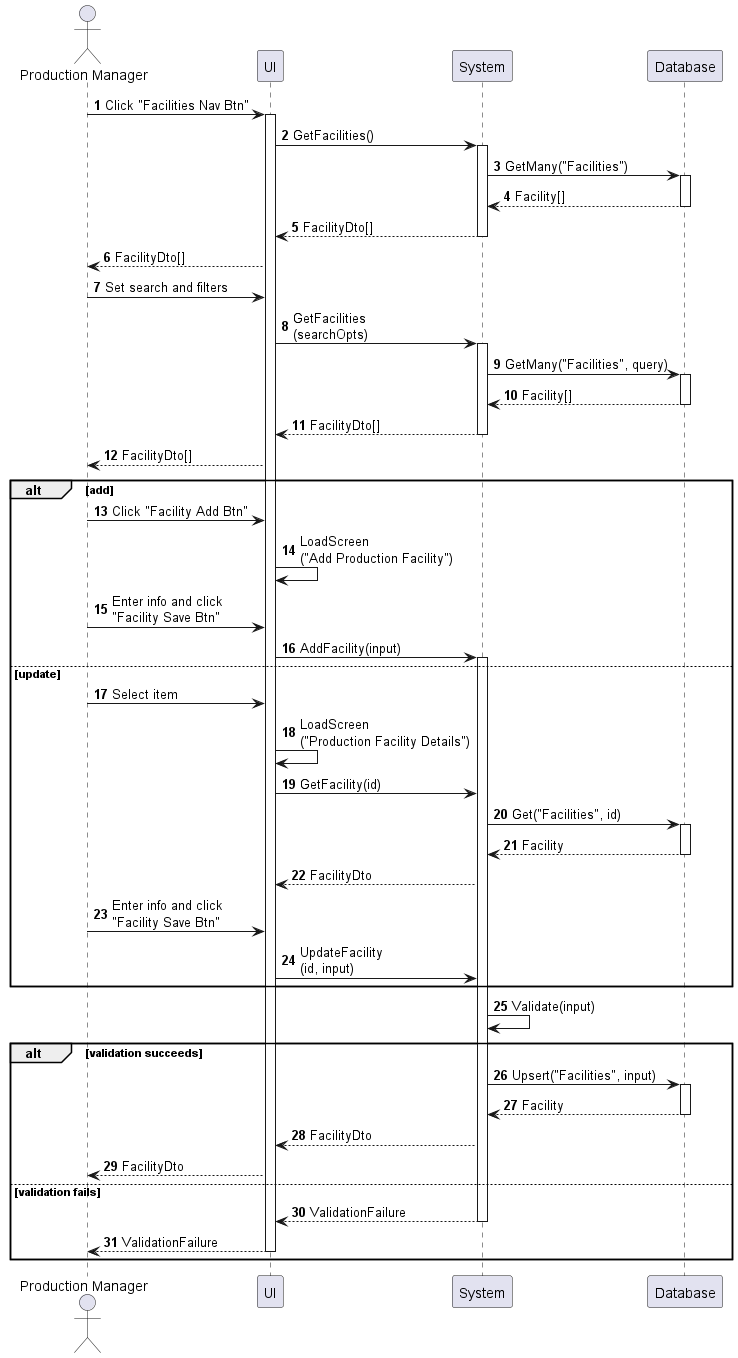
The PlantUML diagram sequences/production-facility-enter.png in phihungha/scmss-reqs, before a commit. Source of this version:
```plantuml
@startuml production-facility-enter
autonumber

actor "Production Manager" as a
participant UI as f
participant System as b
participant Database as d

a -> f : Click "Facilities Nav Btn"
activate f
f -> b : GetFacilities()
activate b
b -> d : GetMany("Facilities")
activate d
return Facility[]
return FacilityDto[]
f --> a : FacilityDto[]
a -> f : Set search and filters
f -> b : GetFacilities\n(searchOpts)
activate b
b -> d : GetMany("Facilities", query)
activate d
return Facility[]
return FacilityDto[]
f --> a : FacilityDto[]

alt add
    a -> f : Click "Facility Add Btn"
    f -> f : LoadScreen\n("Add Production Facility")
    a -> f : Enter info and click\n"Facility Save Btn"
    f -> b : AddFacility(input)
    activate b
else update
    a -> f : Select item
    f -> f : LoadScreen\n("Production Facility Details")
    f -> b : GetFacility(id)
    b -> d : Get("Facilities", id)
    activate d
    return Facility
    b --> f : FacilityDto
    a -> f : Enter info and click\n"Facility Save Btn"
    f -> b : UpdateFacility\n(id, input)
end

b -> b : Validate(input)

alt validation succeeds
    b -> d : Upsert("Facilities", input)
    activate d
    return Facility
    b --> f : FacilityDto
    f --> a : FacilityDto
else validation fails
    return ValidationFailure
    return ValidationFailure
end
@enduml
```
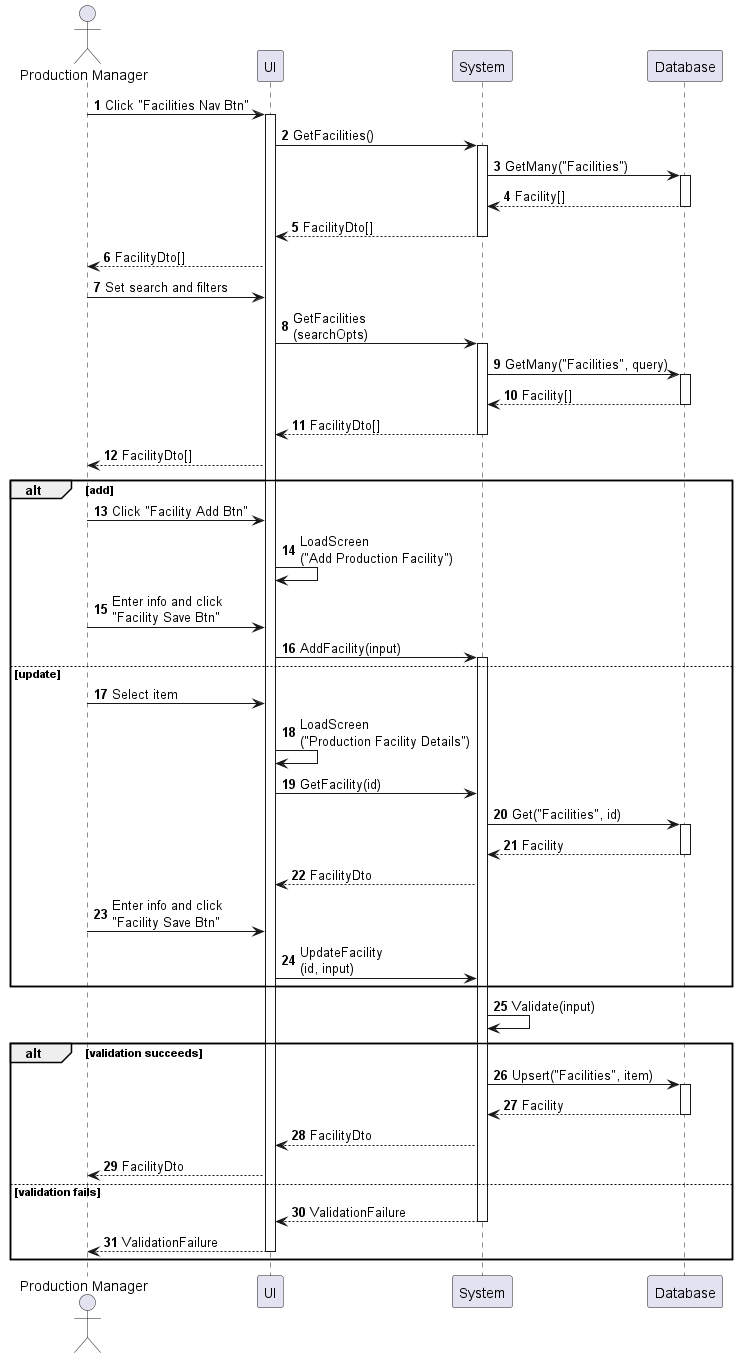
After the change.

What changed in the source:
```diff
@@ -45,7 +45,7 @@
 b -> b : Validate(input)
 
 alt validation succeeds
-    b -> d : Upsert("Facilities", input)
+    b -> d : Upsert("Facilities", item)
     activate d
     return Facility
     b --> f : FacilityDto
```
